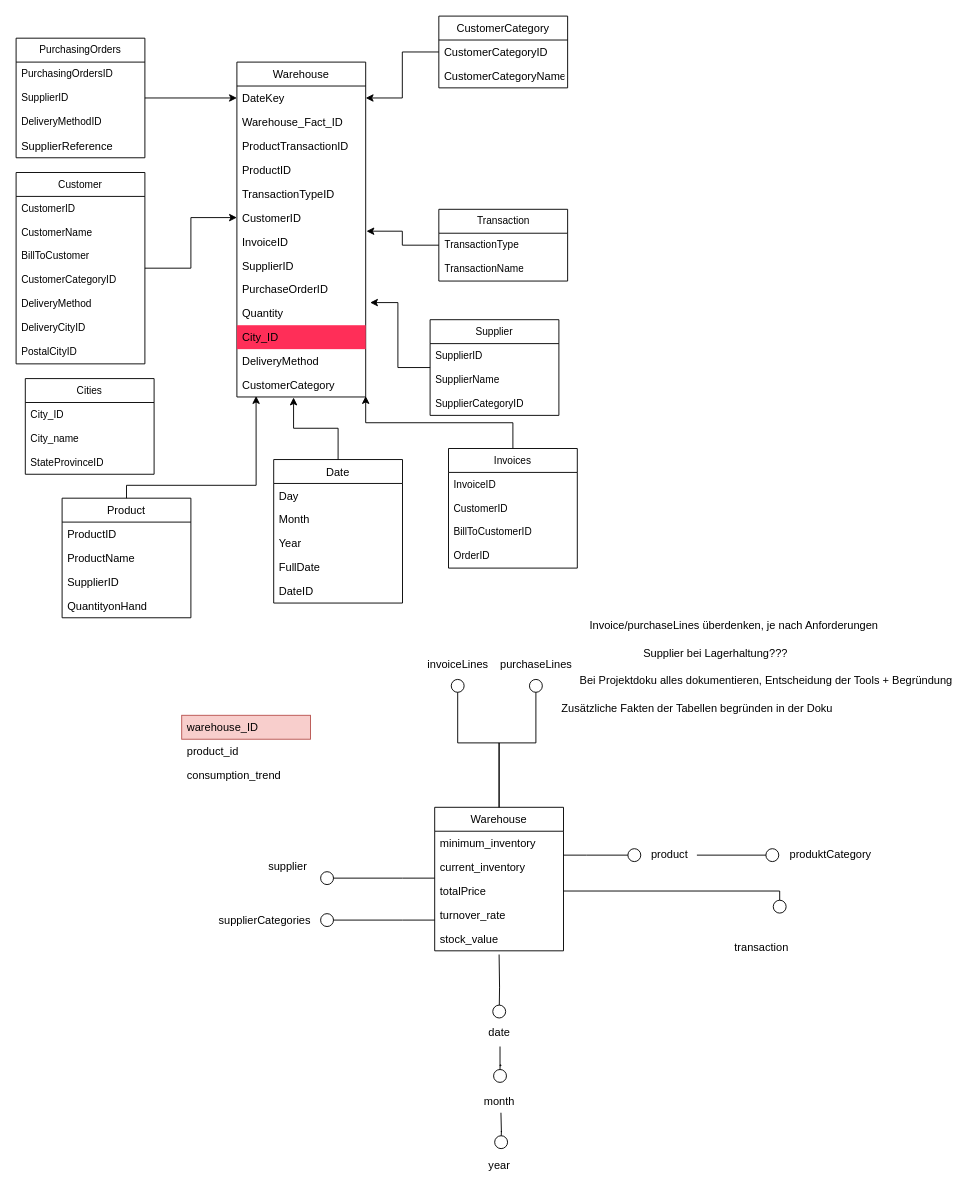
Before: page "Lagerhaltung" (5 of 7) of Datenbankmodell_Abgabe_neu.drawio in Lukas313/PR-DKE, a draw.io diagram. Source tidied: cells renumbered, new cells numbered last; positions are measured from the earlier drawing's top-left corner, leaving out a move shared by most shapes. Both pictures are drawn from the tidied source at 92%, with x=0, y=0 at pixel (16, 16).
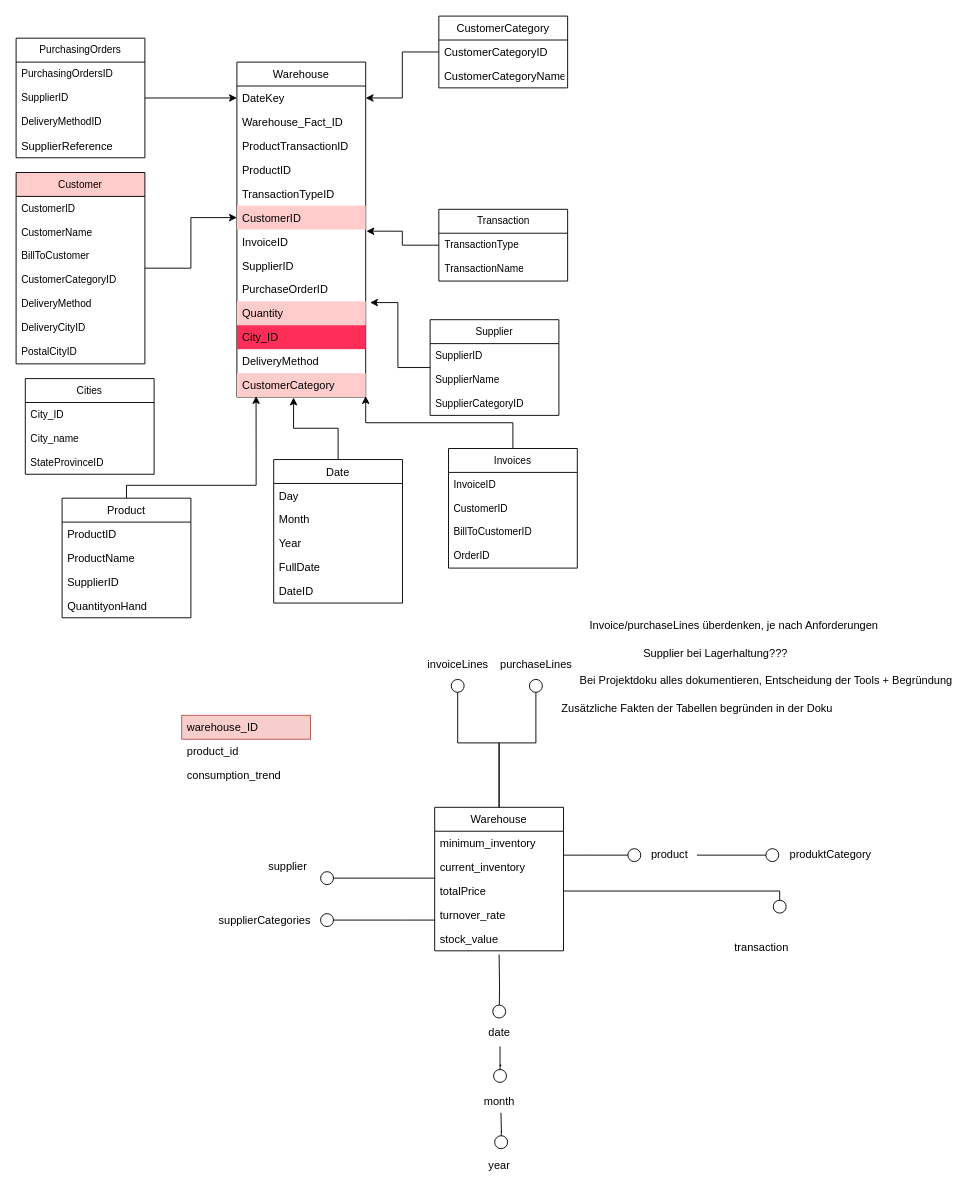
After the change.

The change refers to these unchanged cells:
```xml
<mxCell id="16" value="Warehouse" style="swimlane;fontStyle=0;horizontal=1;startSize=26;fillColor=none;" parent="1" vertex="1">
  <mxGeometry x="240" y="50" width="140" height="364" as="geometry" />
</mxCell>
```

The edit, as a diff of the source:
```diff
@@
-    <mxCell id="22" value="CustomerID" style="text;strokeColor=none;fillColor=none;align=left;verticalAlign=top;spacingLeft=4;spacingRight=4;overflow=hidden;points=[[0,0.5],[1,0.5]];portConstraint=eastwest;" parent="16" vertex="1">
+    <mxCell id="22" value="CustomerID" style="text;strokeColor=none;fillColor=#FFCCCC;align=left;verticalAlign=top;spacingLeft=4;spacingRight=4;overflow=hidden;points=[[0,0.5],[1,0.5]];portConstraint=eastwest;" parent="16" vertex="1">
       <mxGeometry y="156" width="140" height="26" as="geometry" />
     </mxCell>
@@
-    <mxCell id="26" value="Quantity" style="text;strokeColor=none;fillColor=none;align=left;verticalAlign=top;spacingLeft=4;spacingRight=4;overflow=hidden;points=[[0,0.5],[1,0.5]];portConstraint=eastwest;" parent="16" vertex="1">
+    <mxCell id="26" value="Quantity" style="text;strokeColor=none;fillColor=#FFCCCC;align=left;verticalAlign=top;spacingLeft=4;spacingRight=4;overflow=hidden;points=[[0,0.5],[1,0.5]];portConstraint=eastwest;" parent="16" vertex="1">
       <mxGeometry y="260" width="140" height="26" as="geometry" />
     </mxCell>
@@
-    <mxCell id="29" value="CustomerCategory" style="text;strokeColor=none;fillColor=none;align=left;verticalAlign=top;spacingLeft=4;spacingRight=4;overflow=hidden;points=[[0,0.5],[1,0.5]];portConstraint=eastwest;" parent="16" vertex="1">
+    <mxCell id="29" value="CustomerCategory" style="text;strokeColor=none;fillColor=#FFCCCC;align=left;verticalAlign=top;spacingLeft=4;spacingRight=4;overflow=hidden;points=[[0,0.5],[1,0.5]];portConstraint=eastwest;" parent="16" vertex="1">
       <mxGeometry y="338" width="140" height="26" as="geometry" />
     </mxCell>
@@
-    <mxCell id="65" value="Customer" style="swimlane;fontStyle=0;horizontal=1;startSize=26;fillColor=none;whiteSpace=wrap;html=1;fontFamily=Helvetica;fontSize=11;fontColor=default;" parent="1" vertex="1">
+    <mxCell id="65" value="Customer" style="swimlane;fontStyle=0;horizontal=1;startSize=26;fillColor=#FFCCCC;whiteSpace=wrap;html=1;fontFamily=Helvetica;fontSize=11;fontColor=default;" parent="1" vertex="1">
       <mxGeometry y="170" width="140" height="208" as="geometry" />
     </mxCell>
```
